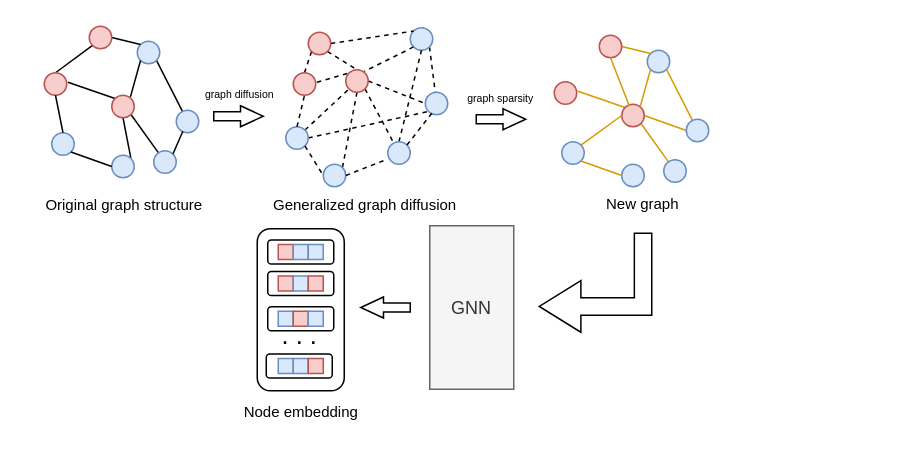
Earlier version of the draw.io diagram GDC.drawio (zbyuser/-). Source tidied: cells renumbered, new cells numbered last; positions are measured from the earlier drawing's top-left corner, leaving out a move shared by most shapes. Both pictures are drawn from the tidied source at 150%, with x=0, y=0 at pixel (26, 26).
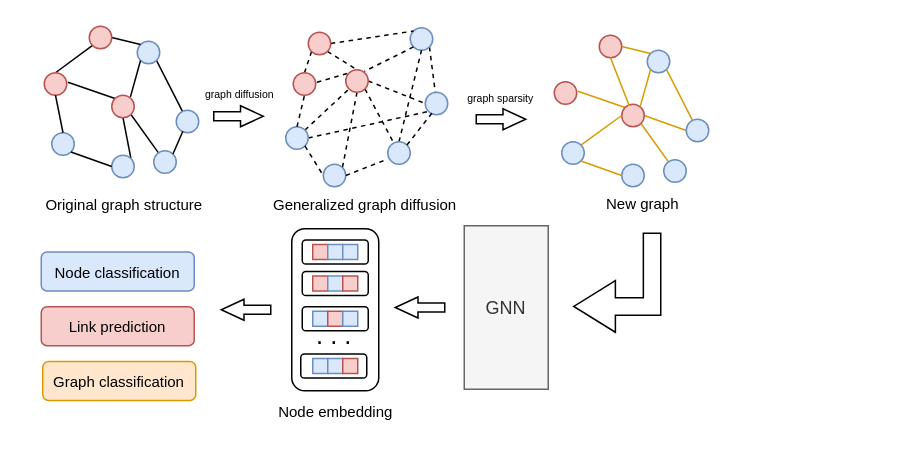
The same diagram, later.

Diff of the diagram source:
```diff
@@
     <mxCell id="65" style="html=1;shadow=0;dashed=0;align=center;verticalAlign=middle;shape=mxgraph.arrows2.bendArrow;dy=5.8;dx=27.76;notch=0;arrowHead=34.36;rounded=0;rotation=-180;" parent="1" vertex="1">
-      <mxGeometry x="342" y="138" width="75" height="66" as="geometry" />
+      <mxGeometry x="365" y="138" width="58" height="66" as="geometry" />
     </mxCell>
@@
     <mxCell id="69" value="GNN" style="rounded=0;whiteSpace=wrap;html=1;fillColor=#f5f5f5;strokeColor=#666666;fontColor=#333333;" parent="1" vertex="1">
-      <mxGeometry x="269" y="133" width="56" height="109" as="geometry" />
+      <mxGeometry x="292" y="133" width="56" height="109" as="geometry" />
     </mxCell>
     <mxCell id="70" style="html=1;shadow=0;dashed=0;align=center;verticalAlign=middle;shape=mxgraph.arrows2.arrow;dy=0.56;dx=15.16;notch=0;rotation=-180;" parent="1" vertex="1">
-      <mxGeometry x="223" y="180.5" width="33" height="14" as="geometry" />
+      <mxGeometry x="246" y="180.5" width="33" height="14" as="geometry" />
     </mxCell>
     <mxCell id="71" style="rounded=1;whiteSpace=wrap;html=1;strokeColor=#000000;" parent="1" vertex="1">
-      <mxGeometry x="154" y="135" width="58" height="108" as="geometry" />
+      <mxGeometry x="177" y="135" width="58" height="108" as="geometry" />
     </mxCell>
     <mxCell id="72" style="whiteSpace=wrap;html=1;fillColor=#f8cecc;strokeColor=#b85450;" parent="1" vertex="1">
-      <mxGeometry x="168" y="166.5" width="10" height="10" as="geometry" />
+      <mxGeometry x="191" y="166.5" width="10" height="10" as="geometry" />
     </mxCell>
     <mxCell id="73" style="whiteSpace=wrap;html=1;fillColor=#dae8fc;strokeColor=#6c8ebf;" parent="1" vertex="1">
-      <mxGeometry x="178" y="166.5" width="10" height="10" as="geometry" />
+      <mxGeometry x="201" y="166.5" width="10" height="10" as="geometry" />
     </mxCell>
     <mxCell id="74" style="whiteSpace=wrap;html=1;fillColor=#f8cecc;strokeColor=#b85450;" parent="1" vertex="1">
-      <mxGeometry x="188" y="166.5" width="10" height="10" as="geometry" />
+      <mxGeometry x="211" y="166.5" width="10" height="10" as="geometry" />
     </mxCell>
     <mxCell id="75" style="whiteSpace=wrap;html=1;fillColor=#dae8fc;strokeColor=#6c8ebf;" parent="1" vertex="1">
-      <mxGeometry x="168" y="190" width="10" height="10" as="geometry" />
+      <mxGeometry x="191" y="190" width="10" height="10" as="geometry" />
     </mxCell>
     <mxCell id="76" style="whiteSpace=wrap;html=1;fillColor=#f8cecc;strokeColor=#b85450;" parent="1" vertex="1">
-      <mxGeometry x="178" y="190" width="10" height="10" as="geometry" />
+      <mxGeometry x="201" y="190" width="10" height="10" as="geometry" />
     </mxCell>
     <mxCell id="77" style="whiteSpace=wrap;html=1;fillColor=#dae8fc;strokeColor=#6c8ebf;" parent="1" vertex="1">
-      <mxGeometry x="188" y="190" width="10" height="10" as="geometry" />
+      <mxGeometry x="211" y="190" width="10" height="10" as="geometry" />
     </mxCell>
     <mxCell id="78" style="whiteSpace=wrap;html=1;fillColor=#dae8fc;strokeColor=#6c8ebf;" parent="1" vertex="1">
-      <mxGeometry x="168" y="221.5" width="10" height="10" as="geometry" />
+      <mxGeometry x="191" y="221.5" width="10" height="10" as="geometry" />
     </mxCell>
     <mxCell id="79" style="whiteSpace=wrap;html=1;fillColor=#dae8fc;strokeColor=#6c8ebf;" parent="1" vertex="1">
-      <mxGeometry x="178" y="221.5" width="10" height="10" as="geometry" />
+      <mxGeometry x="201" y="221.5" width="10" height="10" as="geometry" />
     </mxCell>
     <mxCell id="80" style="whiteSpace=wrap;html=1;fillColor=#f8cecc;strokeColor=#b85450;" parent="1" vertex="1">
-      <mxGeometry x="188" y="221.5" width="10" height="10" as="geometry" />
+      <mxGeometry x="211" y="221.5" width="10" height="10" as="geometry" />
     </mxCell>
     <mxCell id="81" style="rounded=1;whiteSpace=wrap;html=1;strokeColor=default;fillColor=none;" parent="1" vertex="1">
-      <mxGeometry x="161" y="163.5" width="44" height="16" as="geometry" />
+      <mxGeometry x="184" y="163.5" width="44" height="16" as="geometry" />
     </mxCell>
     <mxCell id="82" value="&lt;font style=&quot;font-size: 17px;&quot;&gt;. . .&lt;/font&gt;" style="text;html=1;align=center;verticalAlign=middle;strokeColor=none;fillColor=none;" parent="1" vertex="1">
-      <mxGeometry x="157" y="191.5" width="50" height="30" as="geometry" />
+      <mxGeometry x="180" y="191.5" width="50" height="30" as="geometry" />
     </mxCell>
     <mxCell id="83" style="rounded=1;whiteSpace=wrap;html=1;strokeColor=default;fillColor=none;" parent="1" vertex="1">
-      <mxGeometry x="161" y="187" width="44" height="16" as="geometry" />
+      <mxGeometry x="184" y="187" width="44" height="16" as="geometry" />
     </mxCell>
     <mxCell id="84" style="rounded=1;whiteSpace=wrap;html=1;strokeColor=default;fillColor=none;" parent="1" vertex="1">
-      <mxGeometry x="160" y="218.5" width="44" height="16" as="geometry" />
+      <mxGeometry x="183" y="218.5" width="44" height="16" as="geometry" />
     </mxCell>
     <mxCell id="85" style="whiteSpace=wrap;html=1;fillColor=#f8cecc;strokeColor=#b85450;" parent="1" vertex="1">
-      <mxGeometry x="168" y="145.5" width="10" height="10" as="geometry" />
+      <mxGeometry x="191" y="145.5" width="10" height="10" as="geometry" />
     </mxCell>
     <mxCell id="86" style="whiteSpace=wrap;html=1;fillColor=#dae8fc;strokeColor=#6c8ebf;" parent="1" vertex="1">
-      <mxGeometry x="178" y="145.5" width="10" height="10" as="geometry" />
+      <mxGeometry x="201" y="145.5" width="10" height="10" as="geometry" />
     </mxCell>
     <mxCell id="87" style="whiteSpace=wrap;html=1;fillColor=#dae8fc;strokeColor=#6c8ebf;" parent="1" vertex="1">
-      <mxGeometry x="188" y="145.5" width="10" height="10" as="geometry" />
+      <mxGeometry x="211" y="145.5" width="10" height="10" as="geometry" />
     </mxCell>
     <mxCell id="88" style="rounded=1;whiteSpace=wrap;html=1;strokeColor=default;fillColor=none;" parent="1" vertex="1">
-      <mxGeometry x="161" y="142.5" width="44" height="16" as="geometry" />
+      <mxGeometry x="184" y="142.5" width="44" height="16" as="geometry" />
     </mxCell>
     <mxCell id="89" value="&lt;span style=&quot;font-size: 10px;&quot;&gt;Node embedding&lt;/span&gt;" style="text;html=1;align=center;verticalAlign=middle;strokeColor=none;fillColor=none;" parent="1" vertex="1">
-      <mxGeometry x="133" y="242" width="100" height="30" as="geometry" />
+      <mxGeometry x="156" y="242" width="100" height="30" as="geometry" />
     </mxCell>
+    <mxCell id="90" style="html=1;shadow=0;dashed=0;align=center;verticalAlign=middle;shape=mxgraph.arrows2.arrow;dy=0.56;dx=15.16;notch=0;rotation=-180;" parent="1" vertex="1">
+      <mxGeometry x="130" y="182" width="33" height="14" as="geometry" />
+    </mxCell>
+    <mxCell id="91" value="&lt;font style=&quot;font-size: 10px;&quot;&gt;Node classification&lt;/font&gt;" style="rounded=1;whiteSpace=wrap;html=1;fillColor=#dae8fc;strokeColor=#6c8ebf;" parent="1" vertex="1">
+      <mxGeometry x="10" y="150.5" width="102" height="26" as="geometry" />
+    </mxCell>
+    <mxCell id="92" value="&lt;font style=&quot;font-size: 10px;&quot;&gt;Link prediction&lt;/font&gt;" style="rounded=1;whiteSpace=wrap;html=1;fillColor=#f8cecc;strokeColor=#b85450;" parent="1" vertex="1">
+      <mxGeometry x="10" y="187" width="102" height="26" as="geometry" />
+    </mxCell>
+    <mxCell id="93" value="&lt;font style=&quot;font-size: 10px;&quot;&gt;Graph classification&lt;/font&gt;" style="rounded=1;whiteSpace=wrap;html=1;fillColor=#ffe6cc;strokeColor=#d79b00;" parent="1" vertex="1">
+      <mxGeometry x="11" y="223.5" width="102" height="26" as="geometry" />
+    </mxCell>
```
